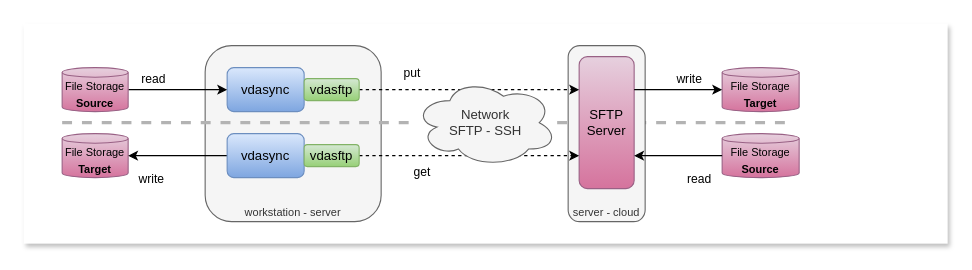
The draw.io diagram page "sftp" (5 of 11) of docs/images/vdasync.drawio in t-beigbeder/vdasync, before the edit. Source tidied: cells renumbered, new cells numbered last; positions are measured from the earlier drawing's top-left corner, leaving out a move shared by most shapes. Both pictures are drawn from the tidied source at 110%, with x=0, y=0 at pixel (23, 23).
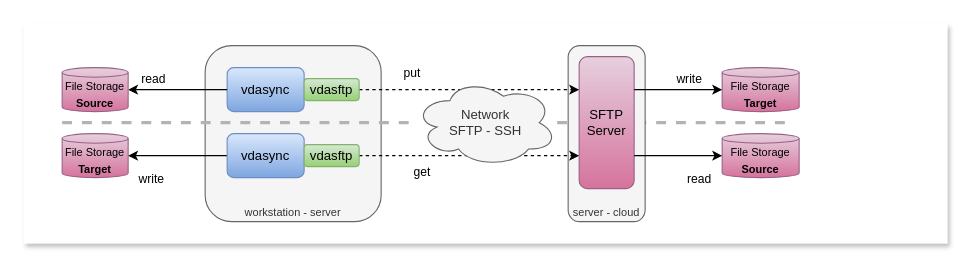
The same page after the edit.

The change refers to these unchanged cells:
```xml
<mxCell id="6" value="vdasync" style="rounded=1;whiteSpace=wrap;html=1;fillColor=#dae8fc;strokeColor=#6c8ebf;gradientColor=#7ea6e0;" parent="1" vertex="1">
  <mxGeometry x="185" y="40" width="70" height="40" as="geometry" />
</mxCell>
<mxCell id="8" value="&lt;font style=&quot;font-size: 10px;&quot;&gt;File Storage&lt;/font&gt;&lt;div&gt;&lt;font style=&quot;font-size: 10px;&quot;&gt;&lt;b&gt;Source&lt;/b&gt;&lt;/font&gt;&lt;/div&gt;" style="shape=cylinder3;whiteSpace=wrap;html=1;boundedLbl=1;backgroundOutline=1;size=4.3333333333334;fillColor=#e6d0de;strokeColor=#996185;gradientColor=#d5739d;" parent="1" vertex="1">
  <mxGeometry x="35" y="40" width="60" height="40" as="geometry" />
</mxCell>
<mxCell id="11" value="SFTP Server" style="rounded=1;whiteSpace=wrap;html=1;fillColor=#e6d0de;strokeColor=#996185;gradientColor=#d5739d;" parent="1" vertex="1">
  <mxGeometry x="505" y="30" width="50" height="120" as="geometry" />
</mxCell>
<mxCell id="14" value="&lt;div&gt;&lt;font style=&quot;font-size: 10px;&quot;&gt;File Storage&lt;/font&gt;&lt;/div&gt;&lt;div&gt;&lt;font style=&quot;font-size: 10px;&quot;&gt;&lt;b&gt;Source&lt;/b&gt;&lt;/font&gt;&lt;/div&gt;" style="shape=cylinder3;whiteSpace=wrap;html=1;boundedLbl=1;backgroundOutline=1;size=4.3333333333334;fillColor=#e6d0de;strokeColor=#996185;gradientColor=#d5739d;" parent="1" vertex="1">
  <mxGeometry x="635" y="100" width="70" height="40" as="geometry" />
</mxCell>
```

Change to the diagram source:
```diff
@@
-    <mxCell id="7" value="read" style="endArrow=classic;html=1;rounded=0;entryX=0;entryY=0.5;entryDx=0;entryDy=0;exitX=1;exitY=0.5;exitDx=0;exitDy=0;exitPerimeter=0;" parent="1" edge="1" source="8" target="6">
-      <mxGeometry x="-0.5" y="10" relative="1" as="geometry" />
+    <mxCell id="7" value="read" style="endArrow=none;html=1;rounded=0;entryX=0;entryY=0.5;entryDx=0;entryDy=0;exitX=1;exitY=0.5;exitDx=0;exitDy=0;exitPerimeter=0;startArrow=classic;startFill=1;endFill=0;" parent="1" edge="1" source="8" target="6">
+      <mxGeometry x="-0.49" y="10" relative="1" as="geometry" />
     </mxCell>
@@
-    <mxCell id="17" value="read" style="endArrow=classic;html=1;rounded=0;entryX=1;entryY=0.75;entryDx=0;entryDy=0;exitX=0;exitY=0.5;exitDx=0;exitDy=0;exitPerimeter=0;" parent="1" edge="1" source="14" target="11">
+    <mxCell id="17" value="read" style="endArrow=none;html=1;rounded=0;entryX=1;entryY=0.75;entryDx=0;entryDy=0;exitX=0;exitY=0.5;exitDx=0;exitDy=0;exitPerimeter=0;startArrow=classic;startFill=1;endFill=0;" parent="1" edge="1" source="14" target="11">
       <mxGeometry x="-0.47" y="21" relative="1" as="geometry" />
     </mxCell>
```
